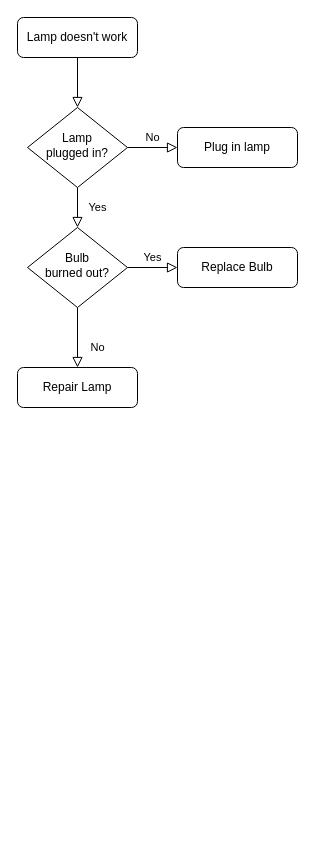
This is Untitled Diagram.drawio from bbdLe/tools, a draw.io file, before an edit. Source tidied: cells renumbered, new cells numbered last; positions are measured from the earlier drawing's top-left corner, leaving out a move shared by most shapes. Both pictures are drawn from the tidied source at 100%, with x=0, y=0 at pixel (17, 17).
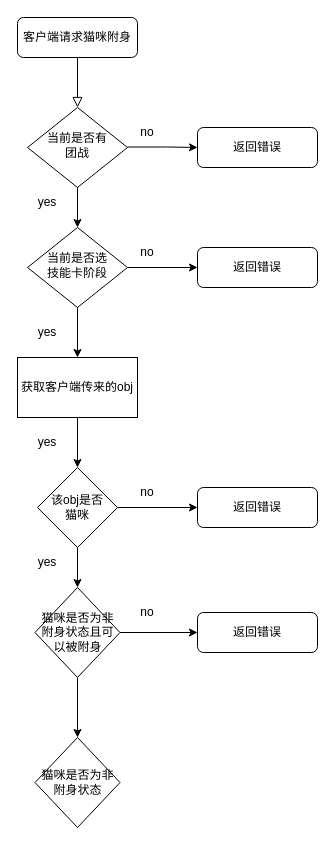
Above is the later version.

What changed in the source:
```diff
@@
-    <mxCell id="3" value="Lamp doesn't work" style="rounded=1;whiteSpace=wrap;html=1;fontSize=12;glass=0;strokeWidth=1;shadow=0;" parent="1" vertex="1">
+    <mxCell id="3" value="客户端请求猫咪附身" style="rounded=1;whiteSpace=wrap;html=1;fontSize=12;glass=0;strokeWidth=1;shadow=0;" parent="1" vertex="1">
       <mxGeometry width="120" height="40" as="geometry" />
     </mxCell>
-    <mxCell id="4" value="Yes" style="rounded=0;html=1;jettySize=auto;fontSize=11;endArrow=block;endFill=0;endSize=8;strokeWidth=1;shadow=0;labelBackgroundColor=none;edgeStyle=orthogonalEdgeStyle;" parent="1" edge="1" source="6" target="10">
-      <mxGeometry y="20" relative="1" as="geometry" />
-    </mxCell>
-    <mxCell id="5" value="No" style="edgeStyle=orthogonalEdgeStyle;rounded=0;html=1;jettySize=auto;fontSize=11;endArrow=block;endFill=0;endSize=8;strokeWidth=1;shadow=0;labelBackgroundColor=none;" parent="1" edge="1" source="6" target="7">
-      <mxGeometry y="10" relative="1" as="geometry" />
-    </mxCell>
-    <mxCell id="6" value="Lamp&lt;br&gt;plugged in?" style="rhombus;whiteSpace=wrap;html=1;shadow=0;fontFamily=Helvetica;fontSize=12;align=center;strokeWidth=1;spacing=6;spacingTop=-4;" parent="1" vertex="1">
+    <mxCell id="6" value="当前是否有&lt;br&gt;团战" style="rhombus;whiteSpace=wrap;html=1;shadow=0;fontFamily=Helvetica;fontSize=12;align=center;strokeWidth=1;spacing=6;spacingTop=-4;" parent="1" vertex="1">
       <mxGeometry x="10" y="90" width="100" height="80" as="geometry" />
     </mxCell>
-    <mxCell id="7" value="Plug in lamp" style="rounded=1;whiteSpace=wrap;html=1;fontSize=12;glass=0;strokeWidth=1;shadow=0;" parent="1" vertex="1">
-      <mxGeometry x="160" y="110" width="120" height="40" as="geometry" />
+    <mxCell id="7" value="返回错误" style="rounded=1;whiteSpace=wrap;html=1;fontSize=12;glass=0;strokeWidth=1;shadow=0;" parent="1" vertex="1">
+      <mxGeometry x="180" y="110" width="120" height="40" as="geometry" />
     </mxCell>
-    <mxCell id="8" value="No" style="rounded=0;html=1;jettySize=auto;fontSize=11;endArrow=block;endFill=0;endSize=8;strokeWidth=1;shadow=0;labelBackgroundColor=none;edgeStyle=orthogonalEdgeStyle;" parent="1" edge="1" source="10" target="11">
-      <mxGeometry x="0.33" y="20" relative="1" as="geometry" />
-    </mxCell>
-    <mxCell id="9" value="Yes" style="edgeStyle=orthogonalEdgeStyle;rounded=0;html=1;jettySize=auto;fontSize=11;endArrow=block;endFill=0;endSize=8;strokeWidth=1;shadow=0;labelBackgroundColor=none;" parent="1" edge="1" source="10" target="12">
-      <mxGeometry y="10" relative="1" as="geometry" />
+    <mxCell id="9" style="edgeStyle=orthogonalEdgeStyle;rounded=0;jettySize=auto;html=1;" parent="1" edge="1" source="10" target="12">
+      <mxGeometry relative="1" as="geometry" />
     </mxCell>
+    <mxCell id="13" style="edgeStyle=orthogonalEdgeStyle;rounded=0;jettySize=auto;html=1;exitX=0.5;exitY=1;exitDx=0;exitDy=0;entryX=0.5;entryY=0;entryDx=0;entryDy=0;" parent="1" edge="1" source="10" target="20">
+      <mxGeometry relative="1" as="geometry" />
+    </mxCell>
-    <mxCell id="10" value="Bulb&lt;br&gt;burned out?" style="rhombus;whiteSpace=wrap;html=1;shadow=0;fontFamily=Helvetica;fontSize=12;align=center;strokeWidth=1;spacing=6;spacingTop=-4;" parent="1" vertex="1">
+    <mxCell id="10" value="当前是否选&lt;br&gt;技能卡阶段" style="rhombus;whiteSpace=wrap;html=1;shadow=0;fontFamily=Helvetica;fontSize=12;align=center;strokeWidth=1;spacing=6;spacingTop=-4;" parent="1" vertex="1">
       <mxGeometry x="10" y="210" width="100" height="80" as="geometry" />
     </mxCell>
-    <mxCell id="11" value="Repair Lamp" style="rounded=1;whiteSpace=wrap;html=1;fontSize=12;glass=0;strokeWidth=1;shadow=0;" parent="1" vertex="1">
-      <mxGeometry y="350" width="120" height="40" as="geometry" />
-    </mxCell>
-    <mxCell id="12" value="Replace Bulb" style="rounded=1;whiteSpace=wrap;html=1;fontSize=12;glass=0;strokeWidth=1;shadow=0;" parent="1" vertex="1">
-      <mxGeometry x="160" y="230" width="120" height="40" as="geometry" />
+    <mxCell id="12" value="返回错误" style="rounded=1;whiteSpace=wrap;html=1;fontSize=12;glass=0;strokeWidth=1;shadow=0;" parent="1" vertex="1">
+      <mxGeometry x="180" y="230" width="120" height="40" as="geometry" />
     </mxCell>
+    <mxCell id="14" value="yes" style="text;html=1;strokeColor=none;fillColor=none;align=center;verticalAlign=middle;whiteSpace=wrap;rounded=0;" parent="1" vertex="1">
+      <mxGeometry y="170" width="60" height="30" as="geometry" />
+    </mxCell>
+    <mxCell id="15" style="endArrow=classic;html=1;rounded=0;entryX=0;entryY=0.5;entryDx=0;entryDy=0;" parent="1" edge="1" target="7">
+      <mxGeometry relative="1" as="geometry">
+        <mxPoint x="110" y="129.5" as="sourcePoint" />
+        <Array as="points">
+          <mxPoint x="150" y="129.5" />
+        </Array>
+      </mxGeometry>
+    </mxCell>
+    <mxCell id="16" value="no" style="text;html=1;strokeColor=none;fillColor=none;align=center;verticalAlign=middle;whiteSpace=wrap;rounded=0;" parent="1" vertex="1">
+      <mxGeometry x="100" y="100" width="60" height="30" as="geometry" />
+    </mxCell>
+    <mxCell id="17" style="endArrow=classic;html=1;rounded=0;entryX=0.5;entryY=0;entryDx=0;entryDy=0;" parent="1" edge="1" target="10">
+      <mxGeometry relative="1" as="geometry">
+        <mxPoint x="60" y="170" as="sourcePoint" />
+      </mxGeometry>
+    </mxCell>
+    <mxCell id="18" value="no" style="text;html=1;strokeColor=none;fillColor=none;align=center;verticalAlign=middle;whiteSpace=wrap;rounded=0;" parent="1" vertex="1">
+      <mxGeometry x="100" y="220" width="60" height="30" as="geometry" />
+    </mxCell>
+    <mxCell id="19" style="edgeStyle=orthogonalEdgeStyle;rounded=0;jettySize=auto;html=1;entryX=0.5;entryY=0;entryDx=0;entryDy=0;" parent="1" edge="1" source="20" target="23">
+      <mxGeometry relative="1" as="geometry" />
+    </mxCell>
+    <mxCell id="20" value="获取客户端传来的obj" style="rounded=0;whiteSpace=wrap;html=1;" parent="1" vertex="1">
+      <mxGeometry y="340" width="120" height="60" as="geometry" />
+    </mxCell>
+    <mxCell id="21" style="edgeStyle=orthogonalEdgeStyle;rounded=0;jettySize=auto;html=1;entryX=0;entryY=0.5;entryDx=0;entryDy=0;" parent="1" edge="1" source="23" target="24">
+      <mxGeometry relative="1" as="geometry" />
+    </mxCell>
+    <mxCell id="22" style="edgeStyle=orthogonalEdgeStyle;rounded=0;jettySize=auto;html=1;entryX=0.5;entryY=0;entryDx=0;entryDy=0;" parent="1" edge="1" source="23" target="28">
+      <mxGeometry relative="1" as="geometry" />
+    </mxCell>
+    <mxCell id="23" value="该obj是否&lt;br&gt;猫咪" style="rhombus;whiteSpace=wrap;html=1;" parent="1" vertex="1">
+      <mxGeometry x="20" y="450" width="80" height="80" as="geometry" />
+    </mxCell>
+    <mxCell id="24" value="返回错误" style="rounded=1;whiteSpace=wrap;html=1;fontSize=12;glass=0;strokeWidth=1;shadow=0;" parent="1" vertex="1">
+      <mxGeometry x="180" y="470" width="120" height="40" as="geometry" />
+    </mxCell>
+    <mxCell id="25" value="no" style="text;html=1;strokeColor=none;fillColor=none;align=center;verticalAlign=middle;whiteSpace=wrap;rounded=0;" parent="1" vertex="1">
+      <mxGeometry x="100" y="460" width="60" height="30" as="geometry" />
+    </mxCell>
+    <mxCell id="26" style="edgeStyle=orthogonalEdgeStyle;rounded=0;jettySize=auto;html=1;exitX=1;exitY=0.5;exitDx=0;exitDy=0;entryX=0;entryY=0.5;entryDx=0;entryDy=0;" parent="1" edge="1" source="28" target="29">
+      <mxGeometry relative="1" as="geometry" />
+    </mxCell>
+    <mxCell id="27" style="edgeStyle=orthogonalEdgeStyle;rounded=0;jettySize=auto;html=1;" parent="1" edge="1" source="28" target="34">
+      <mxGeometry relative="1" as="geometry" />
+    </mxCell>
+    <mxCell id="28" value="猫咪是否为非附身状态且可以被附身" style="rhombus;whiteSpace=wrap;html=1;" parent="1" vertex="1">
+      <mxGeometry x="17.5" y="570" width="85" height="90" as="geometry" />
+    </mxCell>
+    <mxCell id="29" value="返回错误" style="rounded=1;whiteSpace=wrap;html=1;fontSize=12;glass=0;strokeWidth=1;shadow=0;" parent="1" vertex="1">
+      <mxGeometry x="180" y="595" width="120" height="40" as="geometry" />
+    </mxCell>
+    <mxCell id="30" value="yes" style="text;html=1;strokeColor=none;fillColor=none;align=center;verticalAlign=middle;whiteSpace=wrap;rounded=0;" parent="1" vertex="1">
+      <mxGeometry y="300" width="60" height="30" as="geometry" />
+    </mxCell>
+    <mxCell id="31" value="yes" style="text;html=1;strokeColor=none;fillColor=none;align=center;verticalAlign=middle;whiteSpace=wrap;rounded=0;" parent="1" vertex="1">
+      <mxGeometry y="410" width="60" height="30" as="geometry" />
+    </mxCell>
+    <mxCell id="32" value="yes" style="text;html=1;strokeColor=none;fillColor=none;align=center;verticalAlign=middle;whiteSpace=wrap;rounded=0;" parent="1" vertex="1">
+      <mxGeometry y="530" width="60" height="30" as="geometry" />
+    </mxCell>
+    <mxCell id="33" value="no" style="text;html=1;strokeColor=none;fillColor=none;align=center;verticalAlign=middle;whiteSpace=wrap;rounded=0;" parent="1" vertex="1">
+      <mxGeometry x="100" y="580" width="60" height="30" as="geometry" />
+    </mxCell>
+    <mxCell id="34" value="猫咪是否为非附身状态" style="rhombus;whiteSpace=wrap;html=1;" parent="1" vertex="1">
+      <mxGeometry x="17.5" y="720" width="85" height="90" as="geometry" />
+    </mxCell>
```
